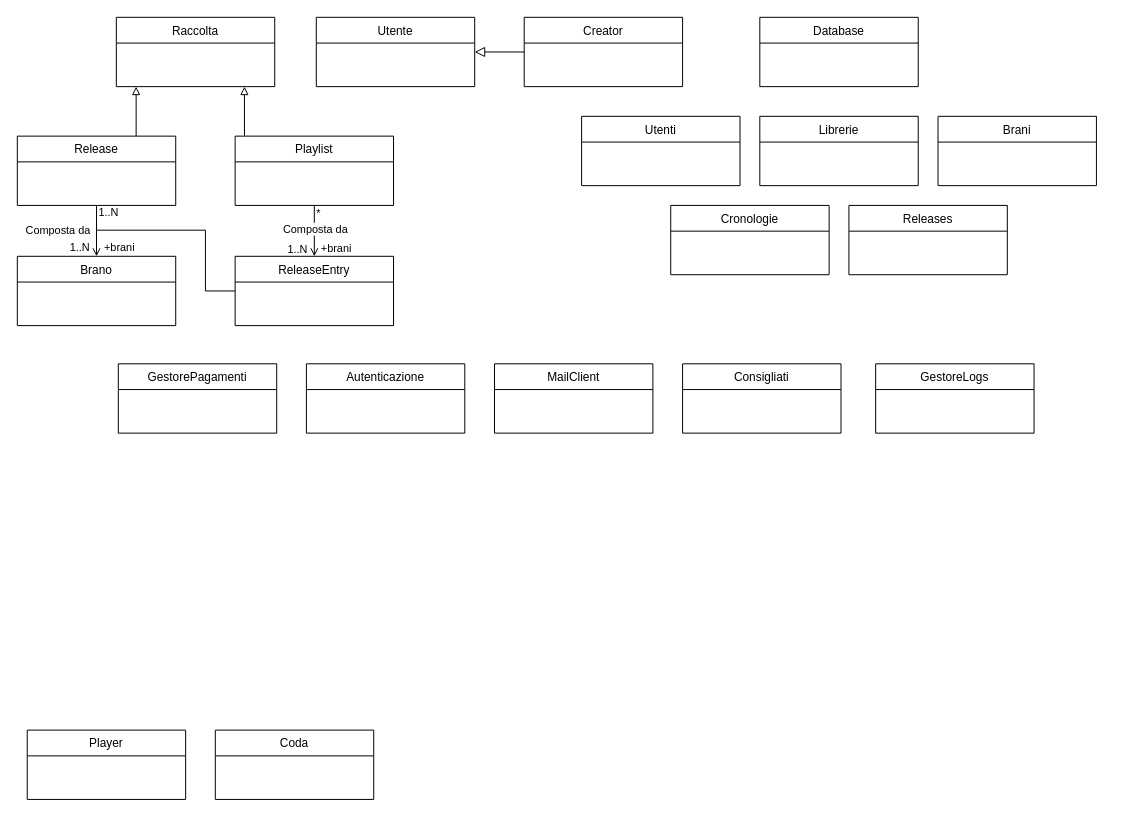
Above: Altri diagrammi/Class Diagram.drawio in web-music-player/docs (draw.io), before the change. Source tidied: cells renumbered, new cells numbered last; positions are measured from the earlier drawing's top-left corner, leaving out a move shared by most shapes. Both pictures are drawn from the tidied source at 99%, with x=0, y=0 at pixel (17, 17).
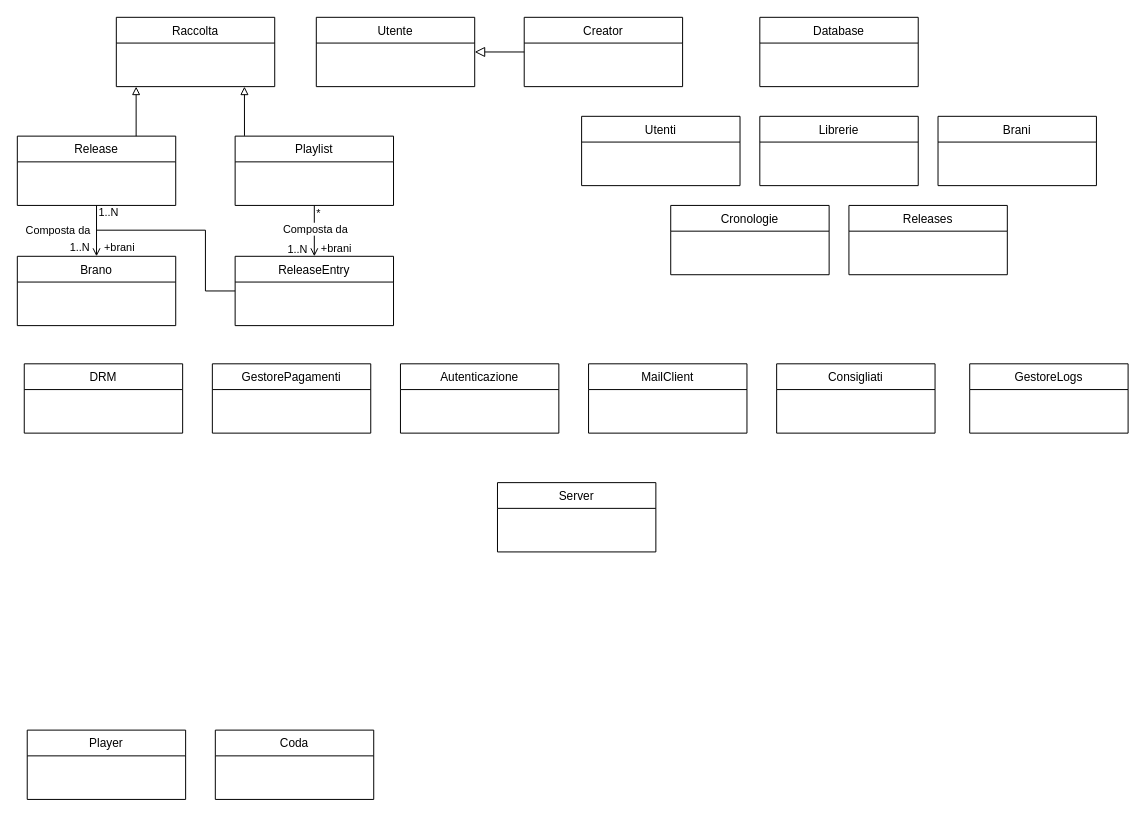
After the change.

Commit message:
Aggiunta Classe DRM

What changed in the source:
```diff
@@
     <mxCell id="24" value="GestorePagamenti" style="swimlane;fontStyle=0;align=center;verticalAlign=top;horizontal=1;startSize=26;rounded=0;shadow=0;strokeWidth=1;" parent="1" vertex="1">
-      <mxGeometry x="102" y="350" width="160" height="70" as="geometry" />
+      <mxGeometry x="197" y="350" width="160" height="70" as="geometry" />
     </mxCell>
     <mxCell id="25" value="Autenticazione" style="swimlane;fontStyle=0;align=center;verticalAlign=top;horizontal=1;startSize=26;rounded=0;shadow=0;strokeWidth=1;" parent="1" vertex="1">
-      <mxGeometry x="292" y="350" width="160" height="70" as="geometry" />
+      <mxGeometry x="387" y="350" width="160" height="70" as="geometry" />
     </mxCell>
     <mxCell id="26" value="MailClient" style="swimlane;fontStyle=0;align=center;verticalAlign=top;horizontal=1;startSize=26;rounded=0;shadow=0;strokeWidth=1;" parent="1" vertex="1">
-      <mxGeometry x="482" y="350" width="160" height="70" as="geometry" />
+      <mxGeometry x="577" y="350" width="160" height="70" as="geometry" />
     </mxCell>
     <mxCell id="27" value="Consigliati" style="swimlane;fontStyle=0;align=center;verticalAlign=top;horizontal=1;startSize=26;rounded=0;shadow=0;strokeWidth=1;" parent="1" vertex="1">
-      <mxGeometry x="672" y="350" width="160" height="70" as="geometry" />
+      <mxGeometry x="767" y="350" width="160" height="70" as="geometry" />
     </mxCell>
@@
     <mxCell id="30" value="GestoreLogs" style="swimlane;fontStyle=0;align=center;verticalAlign=top;horizontal=1;startSize=26;rounded=0;shadow=0;strokeWidth=1;" parent="1" vertex="1">
-      <mxGeometry x="867" y="350" width="160" height="70" as="geometry" />
+      <mxGeometry x="962" y="350" width="160" height="70" as="geometry" />
     </mxCell>
@@
+    <mxCell id="36" value="Server" style="swimlane;fontStyle=0;align=center;verticalAlign=top;horizontal=1;startSize=26;rounded=0;shadow=0;strokeWidth=1;" parent="1" vertex="1">
+      <mxGeometry x="485" y="470" width="160" height="70" as="geometry" />
+    </mxCell>
+    <mxCell id="37" value="DRM" style="swimlane;fontStyle=0;align=center;verticalAlign=top;horizontal=1;startSize=26;rounded=0;shadow=0;strokeWidth=1;" parent="1" vertex="1">
+      <mxGeometry x="7" y="350" width="160" height="70" as="geometry" />
+    </mxCell>
```
